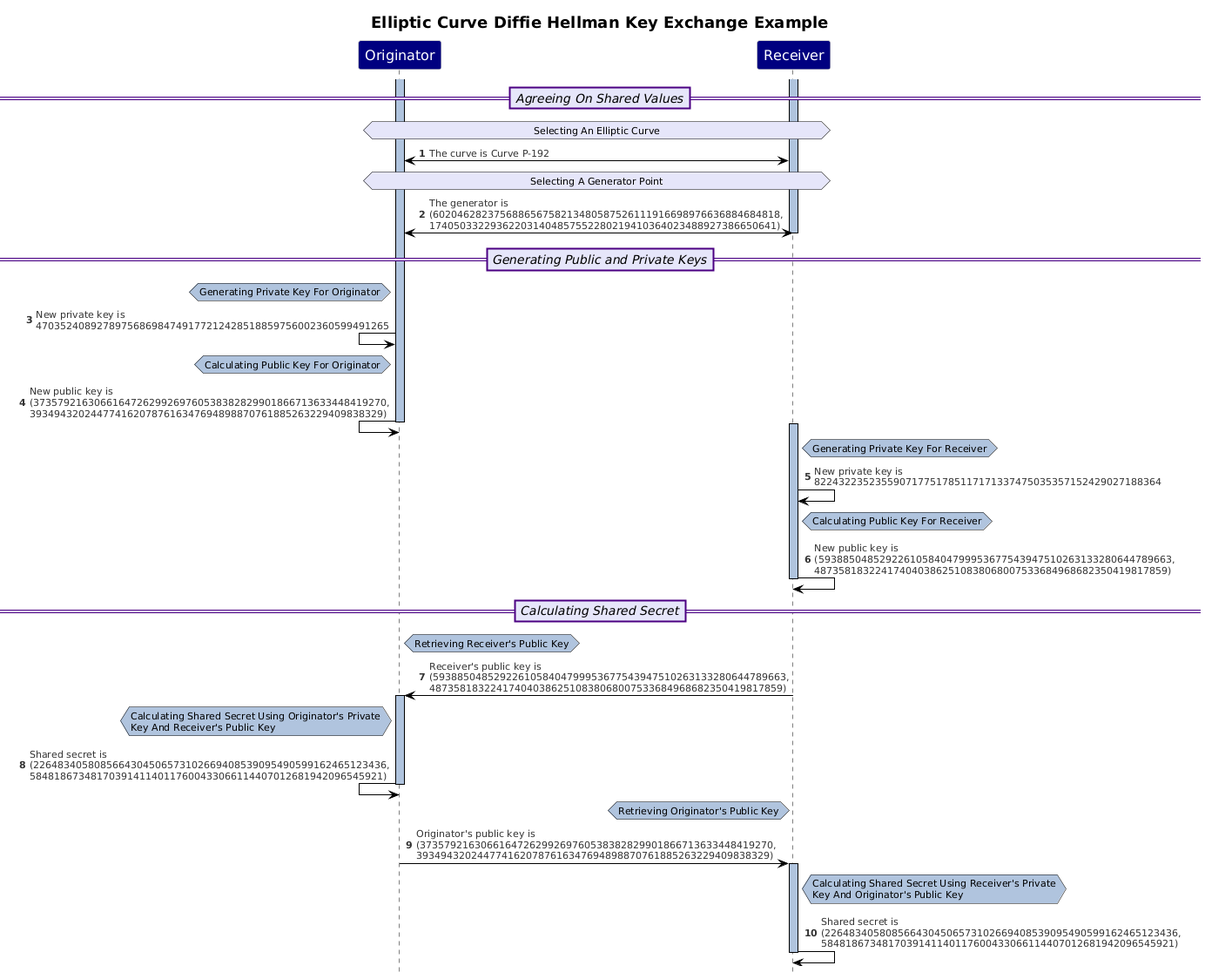
jbarbourmoore/Cryptography-Exploration keeps this PlantUML diagram as GeneratingDiagrams/Diagrams/EllipticCurveDHKeyExchangeSequence.png. Above is the earlier version.
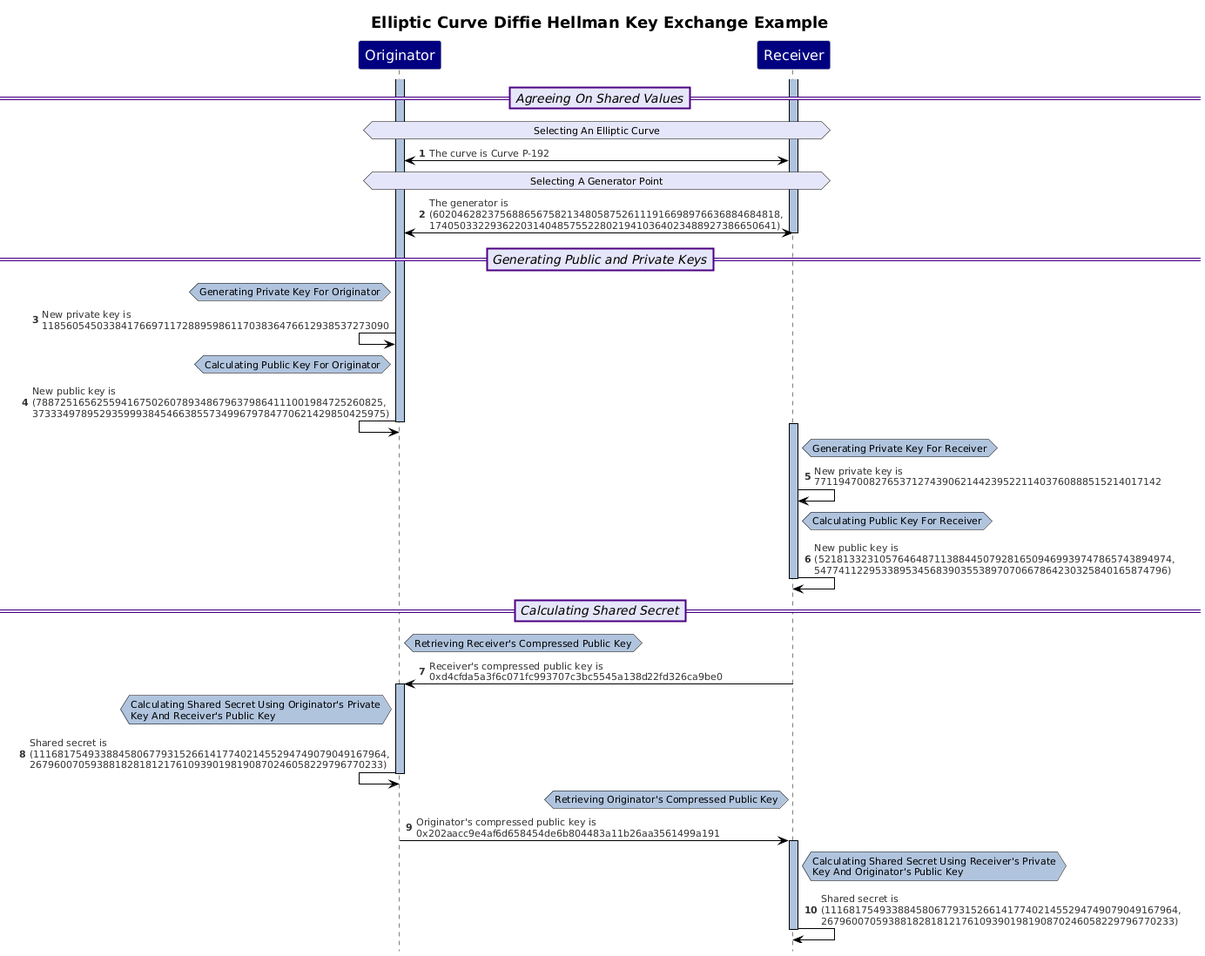
After the change.

Commit message:
added compression and decompression of elliptic curve points

Change to the diagram source:
```diff
@@ -29,27 +29,27 @@
 Deactivate "Receiver"
 ==Generating Public and Private Keys==
 hnote left of "Originator" : Generating Private Key For Originator
-"Originator"<-"Originator": New private key is 4703524089278975686984749177212428518859756002360599491265
+"Originator"<-"Originator": New private key is 118560545033841766971172889598611703836476612938537273090
 hnote left of "Originator" : Calculating Public Key For Originator
-"Originator"<-"Originator": New public key is (3735792163066164726299269760538382829901866713633448419270, 3934943202447741620787616347694898870761885263229409838329)
+"Originator"<-"Originator": New public key is (788725165625594167502607893486796379864111001984725260825, 3733349789529359993845466385573499679784770621429850425975)
 Deactivate "Originator"
 Activate "Receiver"
 hnote right of "Receiver" : Generating Private Key For Receiver
-"Receiver"->"Receiver": New private key is 822432235235590717751785117171337475035357152429027188364
+"Receiver"->"Receiver": New private key is 771194700827653712743906214423952211403760888515214017142
 hnote right of "Receiver" : Calculating Public Key For Receiver
-"Receiver"->"Receiver": New public key is (5938850485292261058404799953677543947510263133280644789663, 4873581832241740403862510838068007533684968682350419817859)
+"Receiver"->"Receiver": New public key is (5218133231057646487113884450792816509469939747865743894974, 5477411229533895345683903553897070667864230325840165874796)
 Deactivate "Receiver"
 ==Calculating Shared Secret==
-hnote right of "Originator" : Retrieving Receiver's Public Key
-"Receiver"->"Originator": Receiver's public key is (5938850485292261058404799953677543947510263133280644789663, 4873581832241740403862510838068007533684968682350419817859)
+hnote right of "Originator" : Retrieving Receiver's Compressed Public Key
+"Receiver"->"Originator": Receiver's compressed public key is 0xd4cfda5a3f6c071fc993707c3bc5545a138d22fd326ca9be0
 Activate "Originator"
 hnote left of "Originator" : Calculating Shared Secret Using Originator's Private\nKey And Receiver's Public Key
-"Originator"<-"Originator": Shared secret is (2264834058085664304506573102669408539095490599162465123436, 5848186734817039141140117600433066114407012681942096545921)
+"Originator"<-"Originator": Shared secret is (1116817549338845806779315266141774021455294749079049167964, 2679600705938818281812176109390198190870246058229796770233)
 Deactivate "Originator"
-hnote left of "Receiver" : Retrieving Originator's Public Key
-"Originator"->"Receiver": Originator's public key is (3735792163066164726299269760538382829901866713633448419270, 3934943202447741620787616347694898870761885263229409838329)
+hnote left of "Receiver" : Retrieving Originator's Compressed Public Key
+"Originator"->"Receiver": Originator's compressed public key is 0x202aacc9e4af6d658454de6b804483a11b26aa3561499a191
 Activate "Receiver"
 hnote right of "Receiver" : Calculating Shared Secret Using Receiver's Private\nKey And Originator's Public Key
-"Receiver"->"Receiver": Shared secret is (2264834058085664304506573102669408539095490599162465123436, 5848186734817039141140117600433066114407012681942096545921)
+"Receiver"->"Receiver": Shared secret is (1116817549338845806779315266141774021455294749079049167964, 2679600705938818281812176109390198190870246058229796770233)
 Deactivate "Receiver"
 @enduml
```
